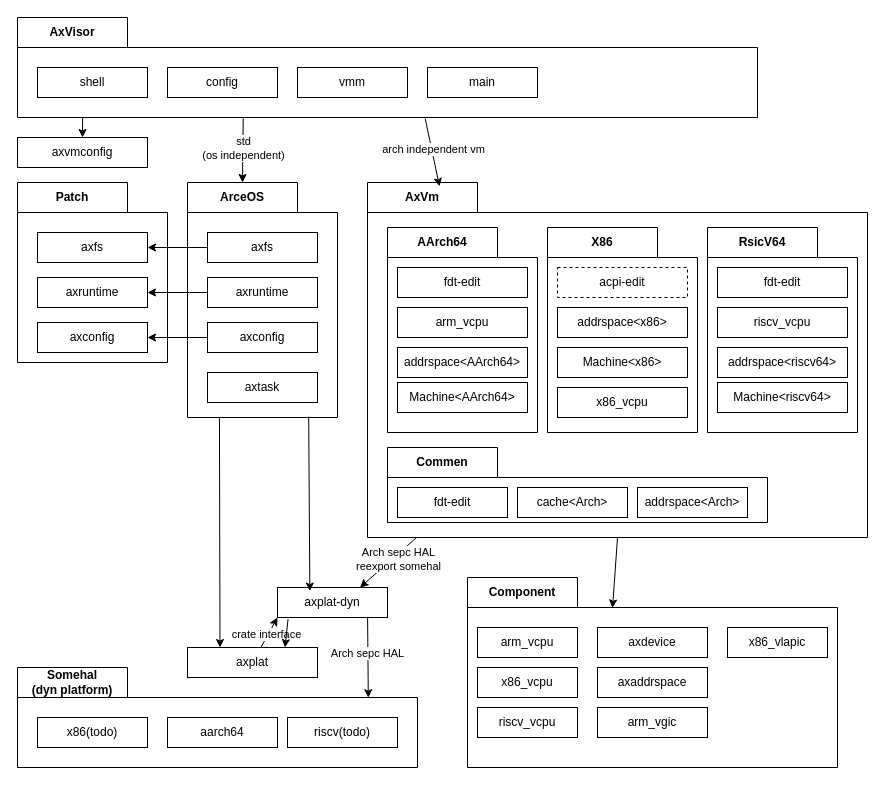
The draw.io diagram doc/changelog/v0.3.0/layout.dio in arceos-hypervisor/axvisor, before the edit. Source tidied: cells renumbered, new cells numbered last; positions are measured from the earlier drawing's top-left corner, leaving out a move shared by most shapes. Both pictures are drawn from the tidied source at 100%, with x=0, y=0 at pixel (17, 17).
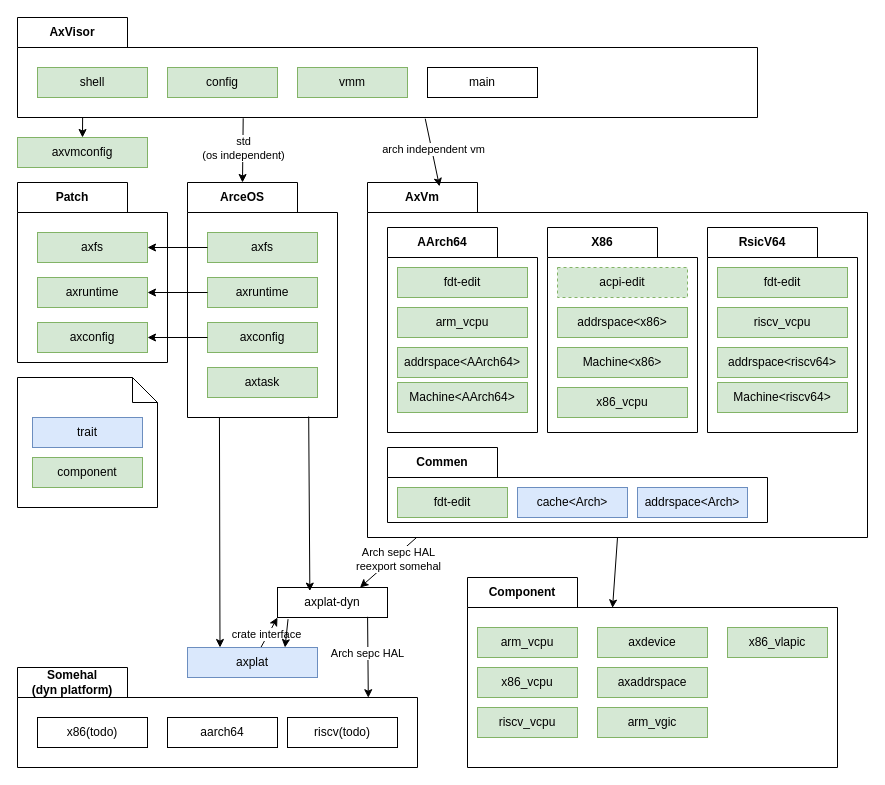
The same page after the edit.

Commit message:
feat: 更新 changelog 布局，添加组件和特征样式

The change refers to these unchanged cells:
```xml
<mxCell id="3" value="ArceOS" style="shape=folder;fontStyle=1;tabWidth=110;tabHeight=30;tabPosition=left;html=1;boundedLbl=1;labelInHeader=1;whiteSpace=wrap;" parent="1" vertex="1">
  <mxGeometry x="170" y="165" width="150" height="235" as="geometry" />
</mxCell>
<mxCell id="8" value="Patch" style="shape=folder;fontStyle=1;tabWidth=110;tabHeight=30;tabPosition=left;html=1;boundedLbl=1;labelInHeader=1;whiteSpace=wrap;" parent="1" vertex="1">
  <mxGeometry y="165" width="150" height="180" as="geometry" />
</mxCell>
<mxCell id="16" value="AxVisor" style="shape=folder;fontStyle=1;tabWidth=110;tabHeight=30;tabPosition=left;html=1;boundedLbl=1;labelInHeader=1;whiteSpace=wrap;" parent="1" vertex="1">
  <mxGeometry width="740" height="100" as="geometry" />
</mxCell>
<mxCell id="36" value="Commen" style="shape=folder;fontStyle=1;tabWidth=110;tabHeight=30;tabPosition=left;html=1;boundedLbl=1;labelInHeader=1;whiteSpace=wrap;" parent="35" vertex="1">
  <mxGeometry x="20" y="265" width="380" height="75" as="geometry" />
</mxCell>
<mxCell id="40" value="AArch64" style="shape=folder;fontStyle=1;tabWidth=110;tabHeight=30;tabPosition=left;html=1;boundedLbl=1;labelInHeader=1;whiteSpace=wrap;" parent="35" vertex="1">
  <mxGeometry x="20" y="45" width="150" height="205" as="geometry" />
</mxCell>
<mxCell id="45" value="X86" style="shape=folder;fontStyle=1;tabWidth=110;tabHeight=30;tabPosition=left;html=1;boundedLbl=1;labelInHeader=1;whiteSpace=wrap;" parent="35" vertex="1">
  <mxGeometry x="180" y="45" width="150" height="205" as="geometry" />
</mxCell>
<mxCell id="50" value="RsicV64" style="shape=folder;fontStyle=1;tabWidth=110;tabHeight=30;tabPosition=left;html=1;boundedLbl=1;labelInHeader=1;whiteSpace=wrap;" parent="35" vertex="1">
  <mxGeometry x="340" y="45" width="150" height="205" as="geometry" />
</mxCell>
<mxCell id="59" value="Component" style="shape=folder;fontStyle=1;tabWidth=110;tabHeight=30;tabPosition=left;html=1;boundedLbl=1;labelInHeader=1;whiteSpace=wrap;" parent="1" vertex="1">
  <mxGeometry x="450" y="560" width="370" height="190" as="geometry" />
</mxCell>
```

What changed in the source:
```diff
@@
-    <mxCell id="4" value="axfs" style="html=1;whiteSpace=wrap;" parent="3" vertex="1">
+    <mxCell id="4" value="axfs" style="html=1;whiteSpace=wrap;fillColor=#d5e8d4;strokeColor=#82b366;" parent="3" vertex="1">
       <mxGeometry width="110" height="30" relative="1" as="geometry">
         <mxPoint x="20" y="50" as="offset" />
       </mxGeometry>
     </mxCell>
-    <mxCell id="5" value="axruntime" style="html=1;whiteSpace=wrap;" parent="3" vertex="1">
+    <mxCell id="5" value="axruntime" style="html=1;whiteSpace=wrap;fillColor=#d5e8d4;strokeColor=#82b366;" parent="3" vertex="1">
       <mxGeometry x="20" y="95" width="110" height="30" as="geometry" />
     </mxCell>
-    <mxCell id="6" value="axconfig" style="html=1;whiteSpace=wrap;" parent="3" vertex="1">
+    <mxCell id="6" value="axconfig" style="html=1;whiteSpace=wrap;fillColor=#d5e8d4;strokeColor=#82b366;" parent="3" vertex="1">
       <mxGeometry x="20" y="140" width="110" height="30" as="geometry" />
     </mxCell>
-    <mxCell id="7" value="axtask" style="html=1;whiteSpace=wrap;" parent="3" vertex="1">
-      <mxGeometry x="20" y="190" width="110" height="30" as="geometry" />
+    <mxCell id="7" value="axtask" style="html=1;whiteSpace=wrap;fillColor=#d5e8d4;strokeColor=#82b366;" parent="3" vertex="1">
+      <mxGeometry x="20" y="185" width="110" height="30" as="geometry" />
     </mxCell>
@@
-    <mxCell id="9" value="axfs" style="html=1;whiteSpace=wrap;" parent="8" vertex="1">
+    <mxCell id="9" value="axfs" style="html=1;whiteSpace=wrap;fillColor=#d5e8d4;strokeColor=#82b366;" parent="8" vertex="1">
       <mxGeometry width="110" height="30" relative="1" as="geometry">
         <mxPoint x="20" y="50" as="offset" />
       </mxGeometry>
     </mxCell>
-    <mxCell id="10" value="axruntime" style="html=1;whiteSpace=wrap;" parent="8" vertex="1">
+    <mxCell id="10" value="axruntime" style="html=1;whiteSpace=wrap;fillColor=#d5e8d4;strokeColor=#82b366;" parent="8" vertex="1">
       <mxGeometry x="20" y="95" width="110" height="30" as="geometry" />
     </mxCell>
-    <mxCell id="11" value="axconfig" style="html=1;whiteSpace=wrap;" parent="8" vertex="1">
+    <mxCell id="11" value="axconfig" style="html=1;whiteSpace=wrap;fillColor=#d5e8d4;strokeColor=#82b366;" parent="8" vertex="1">
       <mxGeometry x="20" y="140" width="110" height="30" as="geometry" />
     </mxCell>
@@
-    <mxCell id="17" value="shell" style="html=1;whiteSpace=wrap;" parent="16" vertex="1">
+    <mxCell id="17" value="shell" style="html=1;whiteSpace=wrap;fillColor=#d5e8d4;strokeColor=#82b366;" parent="16" vertex="1">
       <mxGeometry width="110" height="30" relative="1" as="geometry">
         <mxPoint x="20" y="50" as="offset" />
       </mxGeometry>
     </mxCell>
-    <mxCell id="18" value="config" style="html=1;whiteSpace=wrap;" parent="16" vertex="1">
+    <mxCell id="18" value="config" style="html=1;whiteSpace=wrap;fillColor=#d5e8d4;strokeColor=#82b366;" parent="16" vertex="1">
       <mxGeometry x="150" y="50" width="110" height="30" as="geometry" />
     </mxCell>
-    <mxCell id="19" value="vmm" style="html=1;whiteSpace=wrap;" parent="16" vertex="1">
+    <mxCell id="19" value="vmm" style="html=1;whiteSpace=wrap;fillColor=#d5e8d4;strokeColor=#82b366;" parent="16" vertex="1">
       <mxGeometry x="280" y="50" width="110" height="30" as="geometry" />
     </mxCell>
@@
-    <mxCell id="25" value="axplat" style="html=1;whiteSpace=wrap;" parent="1" vertex="1">
+    <mxCell id="25" value="axplat" style="html=1;whiteSpace=wrap;fillColor=#dae8fc;strokeColor=#6c8ebf;" parent="1" vertex="1">
       <mxGeometry x="170" y="630" width="130" height="30" as="geometry" />
     </mxCell>
@@
-    <mxCell id="37" value="fdt-edit" style="html=1;whiteSpace=wrap;" parent="36" vertex="1">
+    <mxCell id="37" value="fdt-edit" style="html=1;whiteSpace=wrap;fillColor=#d5e8d4;strokeColor=#82b366;" parent="36" vertex="1">
       <mxGeometry x="10" y="40" width="110" height="30" as="geometry" />
     </mxCell>
-    <mxCell id="38" value="cache&amp;lt;Arch&amp;gt;" style="html=1;whiteSpace=wrap;" parent="36" vertex="1">
+    <mxCell id="38" value="cache&amp;lt;Arch&amp;gt;" style="html=1;whiteSpace=wrap;fillColor=#dae8fc;strokeColor=#6c8ebf;" parent="36" vertex="1">
       <mxGeometry x="130" y="40" width="110" height="30" as="geometry" />
     </mxCell>
-    <mxCell id="39" value="addrspace&amp;lt;Arch&amp;gt;" style="html=1;whiteSpace=wrap;" parent="36" vertex="1">
+    <mxCell id="39" value="addrspace&amp;lt;Arch&amp;gt;" style="html=1;whiteSpace=wrap;fillColor=#dae8fc;strokeColor=#6c8ebf;" parent="36" vertex="1">
       <mxGeometry x="250" y="40" width="110" height="30" as="geometry" />
     </mxCell>
@@
-    <mxCell id="41" value="fdt-edit" style="html=1;whiteSpace=wrap;" parent="40" vertex="1">
+    <mxCell id="41" value="fdt-edit" style="html=1;whiteSpace=wrap;fillColor=#d5e8d4;strokeColor=#82b366;" parent="40" vertex="1">
       <mxGeometry x="10" y="40" width="130" height="30" as="geometry" />
     </mxCell>
-    <mxCell id="42" value="arm_vcpu" style="html=1;whiteSpace=wrap;" parent="40" vertex="1">
+    <mxCell id="42" value="arm_vcpu" style="html=1;whiteSpace=wrap;fillColor=#d5e8d4;strokeColor=#82b366;" parent="40" vertex="1">
       <mxGeometry x="10" y="80" width="130" height="30" as="geometry" />
     </mxCell>
-    <mxCell id="43" value="addrspace&amp;lt;AArch64&amp;gt;" style="html=1;whiteSpace=wrap;" parent="40" vertex="1">
+    <mxCell id="43" value="addrspace&amp;lt;AArch64&amp;gt;" style="html=1;whiteSpace=wrap;fillColor=#d5e8d4;strokeColor=#82b366;" parent="40" vertex="1">
       <mxGeometry x="10" y="120" width="130" height="30" as="geometry" />
     </mxCell>
-    <mxCell id="44" value="Machine&amp;lt;AArch64&amp;gt;" style="html=1;whiteSpace=wrap;" parent="40" vertex="1">
+    <mxCell id="44" value="Machine&amp;lt;AArch64&amp;gt;" style="html=1;whiteSpace=wrap;fillColor=#d5e8d4;strokeColor=#82b366;" parent="40" vertex="1">
       <mxGeometry x="10" y="155" width="130" height="30" as="geometry" />
     </mxCell>
@@
-    <mxCell id="46" value="acpi-edit" style="html=1;whiteSpace=wrap;dashed=1;" parent="45" vertex="1">
+    <mxCell id="46" value="acpi-edit" style="html=1;whiteSpace=wrap;dashed=1;fillColor=#d5e8d4;strokeColor=#82b366;" parent="45" vertex="1">
       <mxGeometry x="10" y="40" width="130" height="30" as="geometry" />
     </mxCell>
-    <mxCell id="47" value="addrspace&amp;lt;x86&amp;gt;" style="html=1;whiteSpace=wrap;" parent="45" vertex="1">
+    <mxCell id="47" value="addrspace&amp;lt;x86&amp;gt;" style="html=1;whiteSpace=wrap;fillColor=#d5e8d4;strokeColor=#82b366;" parent="45" vertex="1">
       <mxGeometry x="10" y="80" width="130" height="30" as="geometry" />
     </mxCell>
-    <mxCell id="48" value="Machine&amp;lt;x86&amp;gt;" style="html=1;whiteSpace=wrap;" parent="45" vertex="1">
+    <mxCell id="48" value="Machine&amp;lt;x86&amp;gt;" style="html=1;whiteSpace=wrap;fillColor=#d5e8d4;strokeColor=#82b366;" parent="45" vertex="1">
       <mxGeometry x="10" y="120" width="130" height="30" as="geometry" />
     </mxCell>
-    <mxCell id="49" value="x86_vcpu" style="html=1;whiteSpace=wrap;" parent="45" vertex="1">
+    <mxCell id="49" value="x86_vcpu" style="html=1;whiteSpace=wrap;fillColor=#d5e8d4;strokeColor=#82b366;" parent="45" vertex="1">
       <mxGeometry x="10" y="160" width="130" height="30" as="geometry" />
     </mxCell>
@@
-    <mxCell id="51" value="fdt-edit" style="html=1;whiteSpace=wrap;" parent="50" vertex="1">
+    <mxCell id="51" value="fdt-edit" style="html=1;whiteSpace=wrap;fillColor=#d5e8d4;strokeColor=#82b366;" parent="50" vertex="1">
       <mxGeometry x="10" y="40" width="130" height="30" as="geometry" />
     </mxCell>
-    <mxCell id="52" value="riscv_vcpu" style="html=1;whiteSpace=wrap;" parent="50" vertex="1">
+    <mxCell id="52" value="riscv_vcpu" style="html=1;whiteSpace=wrap;fillColor=#d5e8d4;strokeColor=#82b366;" parent="50" vertex="1">
       <mxGeometry x="10" y="80" width="130" height="30" as="geometry" />
     </mxCell>
-    <mxCell id="53" value="addrspace&amp;lt;&lt;span style=&quot;color: rgb(0, 0, 0);&quot;&gt;riscv64&lt;/span&gt;&amp;gt;" style="html=1;whiteSpace=wrap;" parent="50" vertex="1">
+    <mxCell id="53" value="addrspace&amp;lt;&lt;span style=&quot;color: rgb(0, 0, 0);&quot;&gt;riscv64&lt;/span&gt;&amp;gt;" style="html=1;whiteSpace=wrap;fillColor=#d5e8d4;strokeColor=#82b366;" parent="50" vertex="1">
       <mxGeometry x="10" y="120" width="130" height="30" as="geometry" />
     </mxCell>
-    <mxCell id="54" value="Machine&amp;lt;&lt;span style=&quot;color: rgb(0, 0, 0);&quot;&gt;riscv64&lt;/span&gt;&amp;gt;" style="html=1;whiteSpace=wrap;" parent="50" vertex="1">
+    <mxCell id="54" value="Machine&amp;lt;&lt;span style=&quot;color: rgb(0, 0, 0);&quot;&gt;riscv64&lt;/span&gt;&amp;gt;" style="html=1;whiteSpace=wrap;fillColor=#d5e8d4;strokeColor=#82b366;" parent="50" vertex="1">
       <mxGeometry x="10" y="155" width="130" height="30" as="geometry" />
     </mxCell>
@@
-    <mxCell id="60" value="arm_vcpu" style="html=1;whiteSpace=wrap;" parent="59" vertex="1">
+    <mxCell id="60" value="arm_vcpu" style="html=1;whiteSpace=wrap;fillColor=#d5e8d4;strokeColor=#82b366;" parent="59" vertex="1">
       <mxGeometry x="10" y="50" width="100" height="30" as="geometry" />
     </mxCell>
-    <mxCell id="61" value="x86_vcpu" style="html=1;whiteSpace=wrap;" parent="59" vertex="1">
+    <mxCell id="61" value="x86_vcpu" style="html=1;whiteSpace=wrap;fillColor=#d5e8d4;strokeColor=#82b366;" parent="59" vertex="1">
       <mxGeometry x="10" y="90" width="100" height="30" as="geometry" />
     </mxCell>
-    <mxCell id="62" value="riscv_vcpu" style="html=1;whiteSpace=wrap;" parent="59" vertex="1">
+    <mxCell id="62" value="riscv_vcpu" style="html=1;whiteSpace=wrap;fillColor=#d5e8d4;strokeColor=#82b366;" parent="59" vertex="1">
       <mxGeometry x="10" y="130" width="100" height="30" as="geometry" />
     </mxCell>
-    <mxCell id="63" value="axdevice" style="html=1;whiteSpace=wrap;" parent="59" vertex="1">
+    <mxCell id="63" value="axdevice" style="html=1;whiteSpace=wrap;fillColor=#d5e8d4;strokeColor=#82b366;" parent="59" vertex="1">
       <mxGeometry x="130" y="50" width="110" height="30" as="geometry" />
     </mxCell>
-    <mxCell id="64" value="axaddrspace" style="html=1;whiteSpace=wrap;" parent="59" vertex="1">
+    <mxCell id="64" value="axaddrspace" style="html=1;whiteSpace=wrap;fillColor=#d5e8d4;strokeColor=#82b366;" parent="59" vertex="1">
       <mxGeometry x="130" y="90" width="110" height="30" as="geometry" />
     </mxCell>
-    <mxCell id="65" value="arm_vgic" style="html=1;whiteSpace=wrap;" parent="59" vertex="1">
+    <mxCell id="65" value="arm_vgic" style="html=1;whiteSpace=wrap;fillColor=#d5e8d4;strokeColor=#82b366;" parent="59" vertex="1">
       <mxGeometry x="130" y="130" width="110" height="30" as="geometry" />
     </mxCell>
-    <mxCell id="66" value="x86_vlapic" style="html=1;whiteSpace=wrap;" parent="59" vertex="1">
+    <mxCell id="66" value="x86_vlapic" style="html=1;whiteSpace=wrap;fillColor=#d5e8d4;strokeColor=#82b366;" parent="59" vertex="1">
       <mxGeometry x="260" y="50" width="100" height="30" as="geometry" />
     </mxCell>
@@
-    <mxCell id="68" value="axvmconfig" style="html=1;whiteSpace=wrap;" parent="1" vertex="1">
+    <mxCell id="68" value="axvmconfig" style="html=1;whiteSpace=wrap;fillColor=#d5e8d4;strokeColor=#82b366;" parent="1" vertex="1">
       <mxGeometry y="120" width="130" height="30" as="geometry" />
     </mxCell>
+    <mxCell id="69" style="shape=note2;boundedLbl=1;whiteSpace=wrap;html=1;size=25;verticalAlign=top;align=center;" parent="1" vertex="1">
+      <mxGeometry y="360" width="140" height="130" as="geometry" />
+    </mxCell>
+    <mxCell id="70" value="component" style="html=1;whiteSpace=wrap;fillColor=#d5e8d4;strokeColor=#82b366;" parent="1" vertex="1">
+      <mxGeometry x="15" y="440" width="110" height="30" as="geometry" />
+    </mxCell>
+    <mxCell id="71" value="trait" style="html=1;whiteSpace=wrap;fillColor=#dae8fc;strokeColor=#6c8ebf;" parent="1" vertex="1">
+      <mxGeometry x="15" y="400" width="110" height="30" as="geometry" />
+    </mxCell>
```
